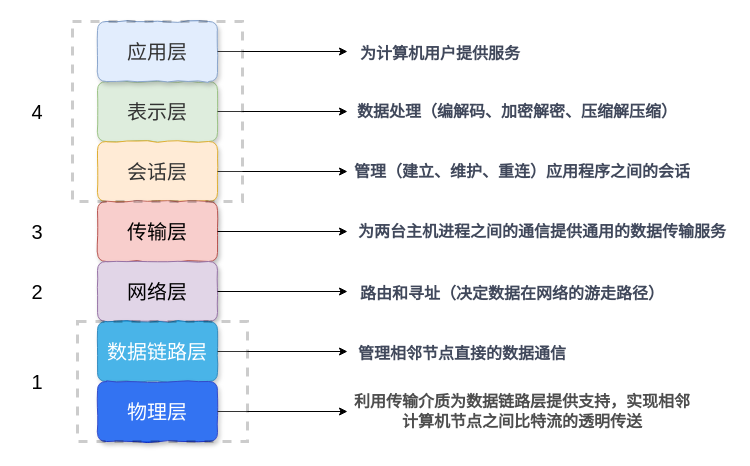
Earlier version of the draw.io diagram docs/cs-basics/network/images/osi&tcp-ip-model/TCP-IP-4-model.drawio (Snailclimb/JavaGuide). Source tidied: cells renumbered, new cells numbered last; positions are measured from the earlier drawing's top-left corner, leaving out a move shared by most shapes. Both pictures are drawn from the tidied source at 100%, with x=0, y=0 at pixel (17, 21).
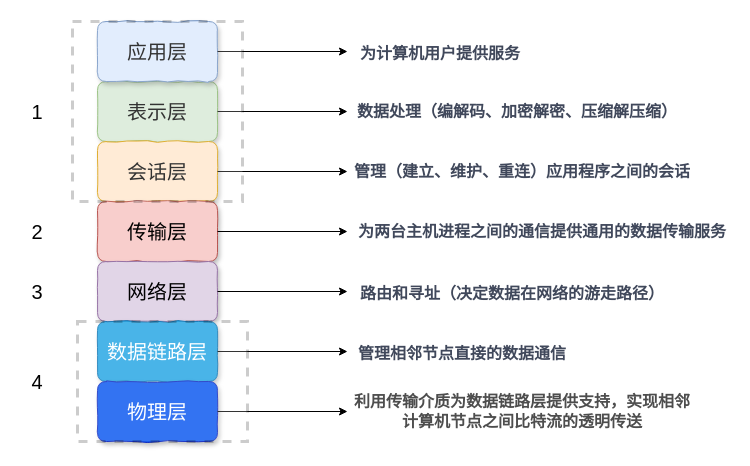
The same diagram, later.

Diff of the diagram source:
```diff
@@
-    <mxCell id="9" value="1" style="text;html=1;strokeColor=none;fillColor=none;align=center;verticalAlign=middle;whiteSpace=wrap;rounded=0;fontSize=20;" parent="1" vertex="1">
+    <mxCell id="9" value="4" style="text;html=1;strokeColor=none;fillColor=none;align=center;verticalAlign=middle;whiteSpace=wrap;rounded=0;fontSize=20;" parent="1" vertex="1">
       <mxGeometry y="350" width="40" height="20" as="geometry" />
     </mxCell>
-    <mxCell id="10" value="2" style="text;html=1;strokeColor=none;fillColor=none;align=center;verticalAlign=middle;whiteSpace=wrap;rounded=0;fontSize=20;" parent="1" vertex="1">
+    <mxCell id="10" value="3" style="text;html=1;strokeColor=none;fillColor=none;align=center;verticalAlign=middle;whiteSpace=wrap;rounded=0;fontSize=20;" parent="1" vertex="1">
       <mxGeometry y="260" width="40" height="20" as="geometry" />
     </mxCell>
@@
-    <mxCell id="27" value="3" style="text;html=1;strokeColor=none;fillColor=none;align=center;verticalAlign=middle;whiteSpace=wrap;rounded=0;fontSize=20;" parent="1" vertex="1">
+    <mxCell id="27" value="2" style="text;html=1;strokeColor=none;fillColor=none;align=center;verticalAlign=middle;whiteSpace=wrap;rounded=0;fontSize=20;" parent="1" vertex="1">
       <mxGeometry y="200" width="40" height="20" as="geometry" />
     </mxCell>
-    <mxCell id="28" value="4" style="text;html=1;strokeColor=none;fillColor=none;align=center;verticalAlign=middle;whiteSpace=wrap;rounded=0;fontSize=20;" parent="1" vertex="1">
+    <mxCell id="28" value="1" style="text;html=1;strokeColor=none;fillColor=none;align=center;verticalAlign=middle;whiteSpace=wrap;rounded=0;fontSize=20;" parent="1" vertex="1">
       <mxGeometry y="80" width="40" height="20" as="geometry" />
     </mxCell>
```
